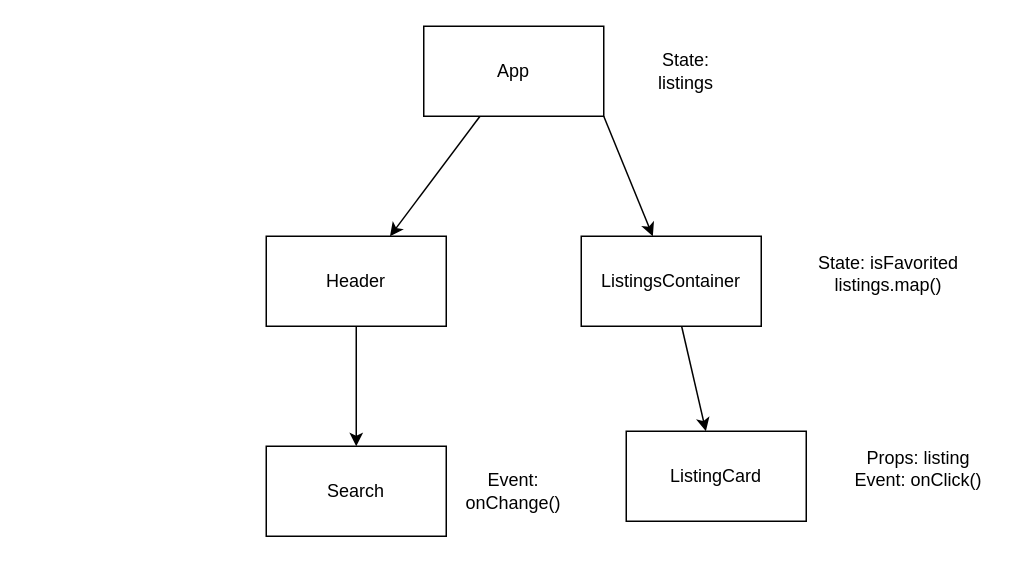
Earlier version of the draw.io diagram src/components/Hierarchy.drawio (clambiase08/react-hooks-mock-code-challenge-gregslist). Source tidied: cells renumbered, new cells numbered last; positions are measured from the earlier drawing's top-left corner, leaving out a move shared by most shapes. Both pictures are drawn from the tidied source at 150%, with x=0, y=0 at pixel (266, 26).
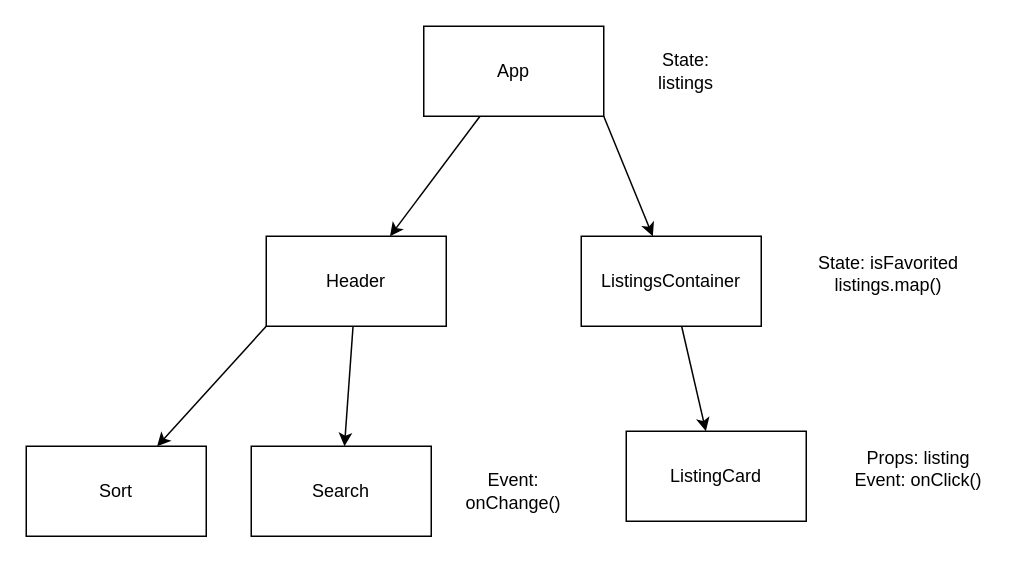
The same diagram, later.

What changed in the source:
```diff
@@
 <mxGraphModel>
   <root>
     <mxCell id="0" />
     <mxCell id="1" parent="0" />
     <mxCell id="2" style="edgeStyle=none;html=1;" parent="1" edge="1" source="3" target="6">
       <mxGeometry relative="1" as="geometry" />
     </mxCell>
     <mxCell id="3" value="App" style="whiteSpace=wrap;html=1;" parent="1" vertex="1">
       <mxGeometry x="105" width="120" height="60" as="geometry" />
     </mxCell>
     <mxCell id="4" style="edgeStyle=none;html=1;exitX=1;exitY=1;exitDx=0;exitDy=0;" parent="1" edge="1" source="3" target="8">
       <mxGeometry relative="1" as="geometry" />
     </mxCell>
     <mxCell id="5" style="edgeStyle=none;html=1;" parent="1" edge="1" source="6" target="9">
       <mxGeometry relative="1" as="geometry" />
     </mxCell>
     <mxCell id="6" value="Header" style="whiteSpace=wrap;html=1;" parent="1" vertex="1">
       <mxGeometry y="140" width="120" height="60" as="geometry" />
     </mxCell>
     <mxCell id="7" style="edgeStyle=none;html=1;" parent="1" edge="1" source="8" target="12">
       <mxGeometry relative="1" as="geometry" />
     </mxCell>
     <mxCell id="8" value="ListingsContainer" style="whiteSpace=wrap;html=1;" parent="1" vertex="1">
       <mxGeometry x="210" y="140" width="120" height="60" as="geometry" />
     </mxCell>
+    <mxCell id="15" style="edgeStyle=none;html=1;exitX=0;exitY=1;exitDx=0;exitDy=0;" parent="1" edge="1" source="6" target="16">
+      <mxGeometry relative="1" as="geometry" />
+    </mxCell>
     <mxCell id="9" value="Search" style="whiteSpace=wrap;html=1;" parent="1" vertex="1">
-      <mxGeometry y="280" width="120" height="60" as="geometry" />
+      <mxGeometry x="-10" y="280" width="120" height="60" as="geometry" />
     </mxCell>
     <mxCell id="10" value="State: listings" style="text;strokeColor=none;align=center;fillColor=none;html=1;verticalAlign=middle;whiteSpace=wrap;rounded=0;" parent="1" vertex="1">
       <mxGeometry x="250" y="15" width="60" height="30" as="geometry" />
     </mxCell>
     <mxCell id="11" value="Event:&lt;br&gt;onChange()" style="text;strokeColor=none;align=center;fillColor=none;html=1;verticalAlign=middle;whiteSpace=wrap;rounded=0;" parent="1" vertex="1">
       <mxGeometry x="135" y="295" width="60" height="30" as="geometry" />
     </mxCell>
     <mxCell id="12" value="ListingCard" style="whiteSpace=wrap;html=1;" parent="1" vertex="1">
       <mxGeometry x="240" y="270" width="120" height="60" as="geometry" />
     </mxCell>
     <mxCell id="13" value="State: isFavorited&lt;br&gt;listings.map()" style="text;strokeColor=none;align=center;fillColor=none;html=1;verticalAlign=middle;whiteSpace=wrap;rounded=0;" parent="1" vertex="1">
       <mxGeometry x="350" y="150" width="130" height="30" as="geometry" />
     </mxCell>
     <mxCell id="14" value="Props: listing&lt;br&gt;Event: onClick()" style="text;strokeColor=none;align=center;fillColor=none;html=1;verticalAlign=middle;whiteSpace=wrap;rounded=0;" parent="1" vertex="1">
       <mxGeometry x="380" y="280" width="110" height="30" as="geometry" />
     </mxCell>
+    <mxCell id="16" value="Sort&lt;br&gt;" style="whiteSpace=wrap;html=1;" parent="1" vertex="1">
+      <mxGeometry x="-160" y="280" width="120" height="60" as="geometry" />
+    </mxCell>
   </root>
 </mxGraphModel>
```
